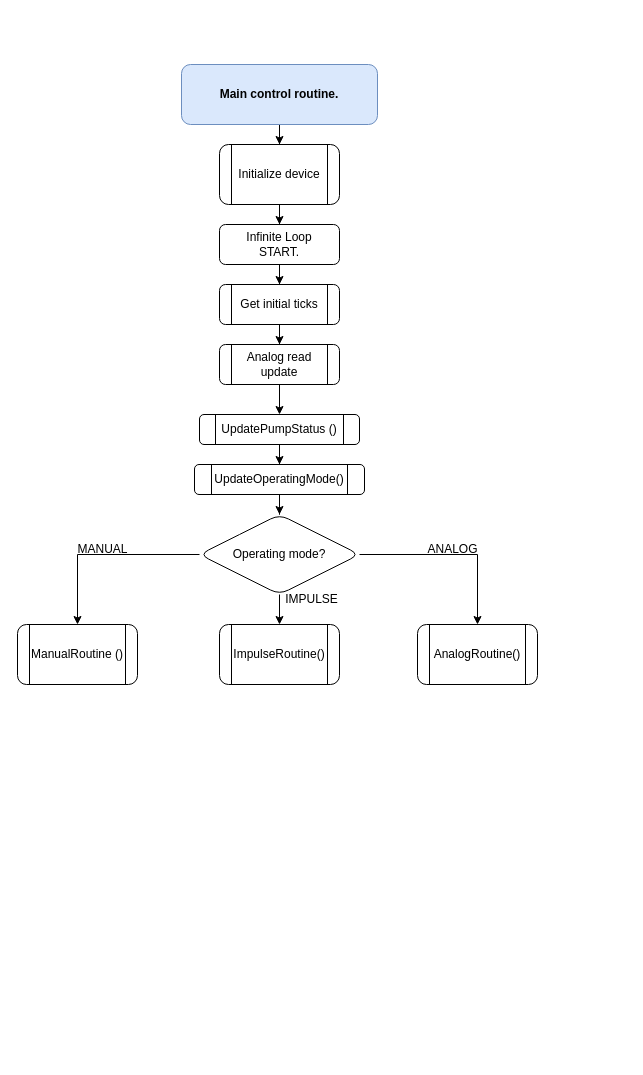
Earlier version of the draw.io diagram MainControlRoutine.drawio (xZurdo/Flowcharts). Source tidied: cells renumbered, new cells numbered last; positions are measured from the earlier drawing's top-left corner, leaving out a move shared by most shapes. Both pictures are drawn from the tidied source at 100%, with x=0, y=0 at pixel (17, 64).
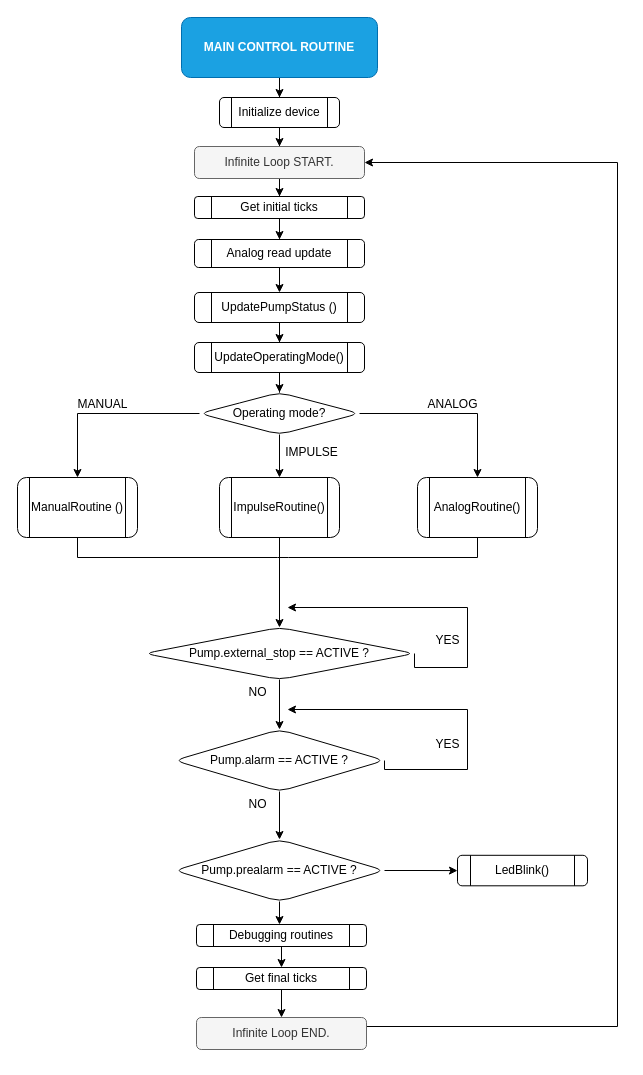
The same diagram, later.

Diff of the diagram source:
```diff
@@
-    <mxCell id="3" value="&lt;b&gt;Main control routine.&lt;/b&gt;" style="rounded=1;whiteSpace=wrap;html=1;fillColor=#dae8fc;strokeColor=#6c8ebf;" parent="1" vertex="1">
-      <mxGeometry x="164" width="196" height="60" as="geometry" />
+    <mxCell id="3" value="&lt;b&gt;MAIN CONTROL ROUTINE&lt;/b&gt;" style="rounded=1;whiteSpace=wrap;html=1;fillColor=#1ba1e2;strokeColor=#006EAF;fontColor=#ffffff;" parent="1" vertex="1">
+      <mxGeometry x="164" y="-47" width="196" height="60" as="geometry" />
     </mxCell>
@@
     <mxCell id="5" value="Initialize device" style="shape=process;whiteSpace=wrap;html=1;backgroundOutline=1;rounded=1;" parent="1" vertex="1">
-      <mxGeometry x="202" y="80" width="120" height="60" as="geometry" />
+      <mxGeometry x="202" y="33" width="120" height="30" as="geometry" />
     </mxCell>
@@
-    <mxCell id="7" value="Infinite Loop&lt;div&gt;START.&lt;/div&gt;" style="rounded=1;whiteSpace=wrap;html=1;" parent="1" vertex="1">
-      <mxGeometry x="202" y="160" width="120" height="40" as="geometry" />
+    <mxCell id="7" value="Infinite Loop&amp;nbsp;&lt;span style=&quot;background-color: initial;&quot;&gt;START.&lt;/span&gt;" style="rounded=1;whiteSpace=wrap;html=1;fillColor=#f5f5f5;fontColor=#333333;strokeColor=#666666;" parent="1" vertex="1">
+      <mxGeometry x="177" y="82" width="170" height="32" as="geometry" />
     </mxCell>
@@
     <mxCell id="9" value="Get initial ticks" style="shape=process;whiteSpace=wrap;html=1;backgroundOutline=1;rounded=1;" parent="1" vertex="1">
-      <mxGeometry x="202" y="220" width="120" height="40" as="geometry" />
+      <mxGeometry x="177" y="132" width="170" height="22" as="geometry" />
     </mxCell>
@@
     <mxCell id="11" value="Analog read update" style="shape=process;whiteSpace=wrap;html=1;backgroundOutline=1;rounded=1;" parent="1" vertex="1">
-      <mxGeometry x="202" y="280" width="120" height="40" as="geometry" />
+      <mxGeometry x="177" y="175" width="170" height="28" as="geometry" />
     </mxCell>
@@
     <mxCell id="13" value="UpdatePumpStatus ()" style="shape=process;whiteSpace=wrap;html=1;backgroundOutline=1;rounded=1;" parent="1" vertex="1">
-      <mxGeometry x="182" y="350" width="160" height="30" as="geometry" />
+      <mxGeometry x="177" y="228" width="170" height="30" as="geometry" />
     </mxCell>
@@
     <mxCell id="15" value="UpdateOperatingMode()" style="shape=process;whiteSpace=wrap;html=1;backgroundOutline=1;rounded=1;" parent="1" vertex="1">
-      <mxGeometry x="177" y="400" width="170" height="30" as="geometry" />
+      <mxGeometry x="177" y="278" width="170" height="30" as="geometry" />
     </mxCell>
@@
     <mxCell id="19" value="Operating mode?" style="rhombus;whiteSpace=wrap;html=1;rounded=1;" parent="1" vertex="1">
-      <mxGeometry x="182" y="450" width="160" height="80" as="geometry" />
+      <mxGeometry x="182" y="328" width="160" height="42" as="geometry" />
     </mxCell>
+    <mxCell id="26" style="edgeStyle=orthogonalEdgeStyle;rounded=0;jettySize=auto;html=1;exitX=0.5;exitY=1;exitDx=0;exitDy=0;endArrow=none;endFill=0;" parent="1" edge="1" source="20">
+      <mxGeometry relative="1" as="geometry">
+        <mxPoint x="260" y="493" as="targetPoint" />
+        <Array as="points">
+          <mxPoint x="60" y="493" />
+          <mxPoint x="260" y="493" />
+        </Array>
+      </mxGeometry>
+    </mxCell>
     <mxCell id="20" value="ManualRoutine ()" style="shape=process;whiteSpace=wrap;html=1;backgroundOutline=1;rounded=1;" parent="1" vertex="1">
-      <mxGeometry y="560" width="120" height="60" as="geometry" />
+      <mxGeometry y="413" width="120" height="60" as="geometry" />
     </mxCell>
+    <mxCell id="27" style="edgeStyle=orthogonalEdgeStyle;rounded=0;jettySize=auto;html=1;exitX=0.5;exitY=1;exitDx=0;exitDy=0;endArrow=none;endFill=0;" parent="1" edge="1" source="21">
+      <mxGeometry relative="1" as="geometry">
+        <mxPoint x="260" y="493" as="targetPoint" />
+        <Array as="points">
+          <mxPoint x="460" y="493" />
+          <mxPoint x="271" y="493" />
+        </Array>
+      </mxGeometry>
+    </mxCell>
     <mxCell id="21" value="AnalogRoutine()" style="shape=process;whiteSpace=wrap;html=1;backgroundOutline=1;rounded=1;" parent="1" vertex="1">
-      <mxGeometry x="400" y="560" width="120" height="60" as="geometry" />
+      <mxGeometry x="400" y="413" width="120" height="60" as="geometry" />
     </mxCell>
+    <mxCell id="28" style="edgeStyle=orthogonalEdgeStyle;rounded=0;jettySize=auto;html=1;exitX=0.5;exitY=1;exitDx=0;exitDy=0;entryX=0.5;entryY=0;entryDx=0;entryDy=0;" parent="1" edge="1" source="22" target="31">
+      <mxGeometry relative="1" as="geometry" />
+    </mxCell>
     <mxCell id="22" value="ImpulseRoutine()" style="shape=process;whiteSpace=wrap;html=1;backgroundOutline=1;rounded=1;" parent="1" vertex="1">
-      <mxGeometry x="202" y="560" width="120" height="60" as="geometry" />
+      <mxGeometry x="202" y="413" width="120" height="60" as="geometry" />
     </mxCell>
     <mxCell id="23" value="MANUAL" style="text;html=1;align=center;verticalAlign=middle;strokeColor=none;fillColor=none;" parent="1" vertex="1">
-      <mxGeometry x="50" y="470" width="70" height="30" as="geometry" />
+      <mxGeometry x="50" y="325" width="70" height="30" as="geometry" />
     </mxCell>
     <mxCell id="24" value="ANALOG" style="text;html=1;align=center;verticalAlign=middle;strokeColor=none;fillColor=none;" parent="1" vertex="1">
-      <mxGeometry x="400" y="470" width="70" height="30" as="geometry" />
+      <mxGeometry x="400" y="325" width="70" height="30" as="geometry" />
     </mxCell>
     <mxCell id="25" value="IMPULSE" style="text;html=1;align=center;verticalAlign=middle;strokeColor=none;fillColor=none;" parent="1" vertex="1">
-      <mxGeometry x="254" y="520" width="80" height="30" as="geometry" />
+      <mxGeometry x="254" y="373" width="80" height="30" as="geometry" />
     </mxCell>
+    <mxCell id="29" style="edgeStyle=orthogonalEdgeStyle;rounded=0;jettySize=auto;html=1;exitX=1;exitY=0.5;exitDx=0;exitDy=0;" parent="1" edge="1" source="31">
+      <mxGeometry relative="1" as="geometry">
+        <mxPoint x="270" y="543" as="targetPoint" />
+        <Array as="points">
+          <mxPoint x="450" y="603" />
+          <mxPoint x="450" y="543" />
+        </Array>
+      </mxGeometry>
+    </mxCell>
+    <mxCell id="30" style="edgeStyle=orthogonalEdgeStyle;rounded=0;jettySize=auto;html=1;" parent="1" edge="1" source="31" target="35">
+      <mxGeometry relative="1" as="geometry" />
+    </mxCell>
+    <mxCell id="31" value="Pump.external_stop == ACTIVE ?" style="rhombus;whiteSpace=wrap;html=1;rounded=1;" parent="1" vertex="1">
+      <mxGeometry x="127" y="563" width="270" height="52" as="geometry" />
+    </mxCell>
+    <mxCell id="32" value="YES" style="text;html=1;align=center;verticalAlign=middle;strokeColor=none;fillColor=none;" parent="1" vertex="1">
+      <mxGeometry x="405" y="561" width="50" height="30" as="geometry" />
+    </mxCell>
+    <mxCell id="33" style="edgeStyle=orthogonalEdgeStyle;rounded=0;jettySize=auto;html=1;exitX=1;exitY=0.5;exitDx=0;exitDy=0;" parent="1" edge="1" source="35">
+      <mxGeometry relative="1" as="geometry">
+        <mxPoint x="270" y="645" as="targetPoint" />
+        <Array as="points">
+          <mxPoint x="450" y="705" />
+          <mxPoint x="450" y="645" />
+        </Array>
+      </mxGeometry>
+    </mxCell>
+    <mxCell id="34" style="edgeStyle=orthogonalEdgeStyle;rounded=0;jettySize=auto;html=1;exitX=0.5;exitY=1;exitDx=0;exitDy=0;entryX=0.5;entryY=0;entryDx=0;entryDy=0;" parent="1" edge="1" source="35" target="40">
+      <mxGeometry relative="1" as="geometry" />
+    </mxCell>
+    <mxCell id="35" value="Pump.alarm == ACTIVE ?" style="rhombus;whiteSpace=wrap;html=1;rounded=1;" parent="1" vertex="1">
+      <mxGeometry x="157" y="665" width="210" height="62" as="geometry" />
+    </mxCell>
+    <mxCell id="36" value="YES" style="text;html=1;align=center;verticalAlign=middle;strokeColor=none;fillColor=none;" parent="1" vertex="1">
+      <mxGeometry x="405" y="665" width="50" height="30" as="geometry" />
+    </mxCell>
+    <mxCell id="37" value="NO" style="text;html=1;align=center;verticalAlign=middle;strokeColor=none;fillColor=none;" parent="1" vertex="1">
+      <mxGeometry x="220" y="613" width="40" height="30" as="geometry" />
+    </mxCell>
+    <mxCell id="38" style="edgeStyle=orthogonalEdgeStyle;rounded=0;jettySize=auto;html=1;" parent="1" edge="1" source="40" target="42">
+      <mxGeometry relative="1" as="geometry" />
+    </mxCell>
+    <mxCell id="39" style="edgeStyle=orthogonalEdgeStyle;rounded=0;jettySize=auto;html=1;" parent="1" edge="1" source="40">
+      <mxGeometry relative="1" as="geometry">
+        <mxPoint x="262" y="860" as="targetPoint" />
+      </mxGeometry>
+    </mxCell>
+    <mxCell id="40" value="Pump.prealarm == ACTIVE ?" style="rhombus;whiteSpace=wrap;html=1;rounded=1;" parent="1" vertex="1">
+      <mxGeometry x="157" y="775" width="210" height="62" as="geometry" />
+    </mxCell>
+    <mxCell id="41" value="NO" style="text;html=1;align=center;verticalAlign=middle;strokeColor=none;fillColor=none;" parent="1" vertex="1">
+      <mxGeometry x="220" y="725" width="40" height="30" as="geometry" />
+    </mxCell>
+    <mxCell id="42" value="LedBlink()" style="shape=process;whiteSpace=wrap;html=1;backgroundOutline=1;rounded=1;" parent="1" vertex="1">
+      <mxGeometry x="440" y="790.8" width="130" height="30.5" as="geometry" />
+    </mxCell>
+    <mxCell id="43" style="edgeStyle=orthogonalEdgeStyle;rounded=0;jettySize=auto;html=1;exitX=0.5;exitY=1;exitDx=0;exitDy=0;entryX=0.5;entryY=0;entryDx=0;entryDy=0;" parent="1" edge="1" source="44" target="46">
+      <mxGeometry relative="1" as="geometry" />
+    </mxCell>
+    <mxCell id="44" value="Get final ticks" style="shape=process;whiteSpace=wrap;html=1;backgroundOutline=1;rounded=1;" parent="1" vertex="1">
+      <mxGeometry x="179" y="903" width="170" height="22" as="geometry" />
+    </mxCell>
+    <mxCell id="45" style="edgeStyle=orthogonalEdgeStyle;rounded=0;jettySize=auto;html=1;exitX=0.5;exitY=1;exitDx=0;exitDy=0;entryX=1;entryY=0.5;entryDx=0;entryDy=0;" parent="1" edge="1" source="46" target="7">
+      <mxGeometry relative="1" as="geometry">
+        <Array as="points">
+          <mxPoint x="262" y="962" />
+          <mxPoint x="600" y="962" />
+          <mxPoint x="600" y="98" />
+        </Array>
+      </mxGeometry>
+    </mxCell>
+    <mxCell id="46" value="Infinite Loop END&lt;span style=&quot;background-color: initial;&quot;&gt;.&lt;/span&gt;" style="rounded=1;whiteSpace=wrap;html=1;fillColor=#f5f5f5;fontColor=#333333;strokeColor=#666666;" parent="1" vertex="1">
+      <mxGeometry x="179" y="953" width="170" height="32" as="geometry" />
+    </mxCell>
+    <mxCell id="47" style="edgeStyle=orthogonalEdgeStyle;rounded=0;jettySize=auto;html=1;exitX=0.5;exitY=1;exitDx=0;exitDy=0;entryX=0.5;entryY=0;entryDx=0;entryDy=0;" parent="1" edge="1" source="48" target="44">
+      <mxGeometry relative="1" as="geometry" />
+    </mxCell>
+    <mxCell id="48" value="Debugging routines" style="shape=process;whiteSpace=wrap;html=1;backgroundOutline=1;rounded=1;" parent="1" vertex="1">
+      <mxGeometry x="179" y="860" width="170" height="22" as="geometry" />
+    </mxCell>
```
